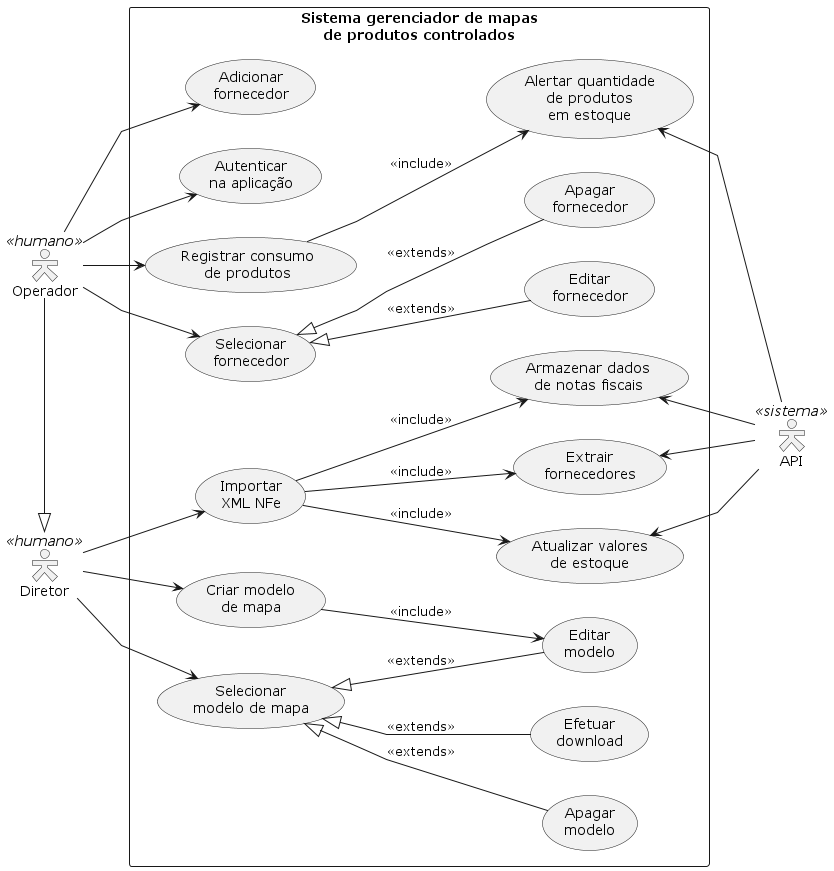
Above: out/controlled_map_generator_use_case_diagram/controlled_map_generator_use_case_diagram.png in fatec-newpath/mapa-produtos-controlados (PlantUML), before the change.
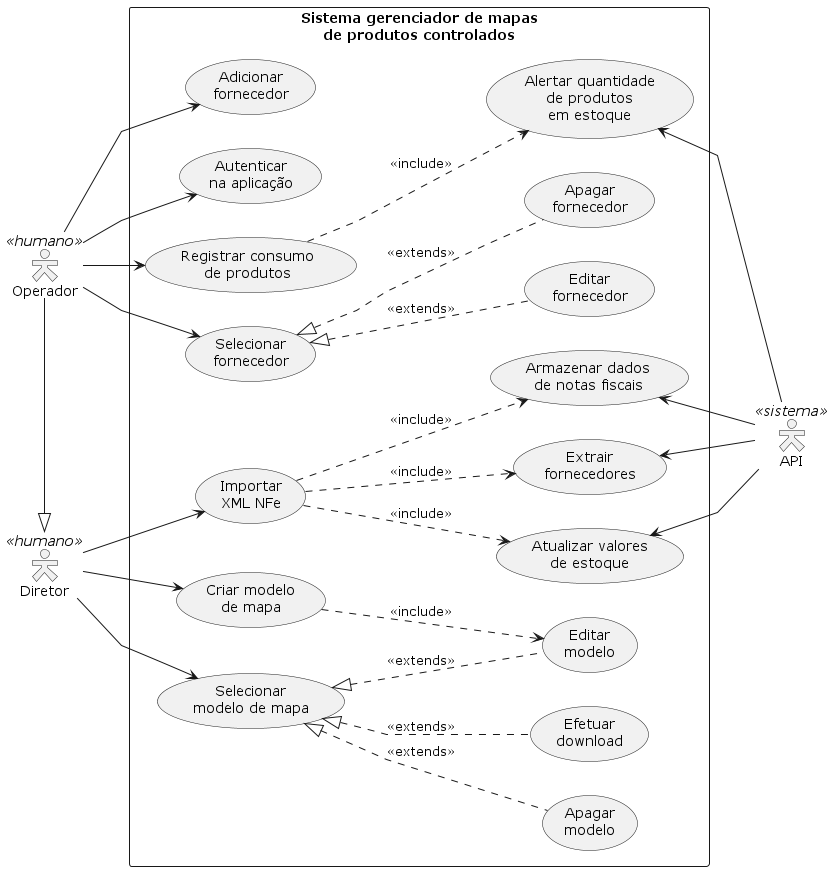
Above is the later version.

What changed in the source:
```diff
@@ -33,25 +33,25 @@
 Diretor --> UC4
 Diretor --> UC10
 
-UC4 <|-- UC2 : <<extends>>
-UC4 <|-- UC3 : <<extends>>
-UC4 <|-- UC5 : <<extends>>
+UC4 <|.. UC2 : <<extends>>
+UC4 <|.. UC3 : <<extends>>
+UC4 <|.. UC5 : <<extends>>
 
-UC1 --> UC2 : <<include>>
+UC1 ..> UC2 : <<include>>
 
-UC10 --> UC7 : <<include>>
-UC10 --> UC8 : <<include>>
-UC10 --> UC9 : <<include>>
+UC10 ..> UC7 : <<include>>
+UC10 ..> UC8 : <<include>>
+UC10 ..> UC9 : <<include>>
 
 Operador --> UC11
 Operador --> UC14
 Operador --> UC15
 Operador --> UC16
 
-UC11 --> UC17 : <<include>>
+UC11 ..> UC17 : <<include>>
 
-UC14 <|-- UC12 : <<extends>>
-UC14 <|-- UC13 : <<extends>>
+UC14 <|.. UC12 : <<extends>>
+UC14 <|.. UC13 : <<extends>>
 
 API -up-> UC7
 API -up-> UC8
```
